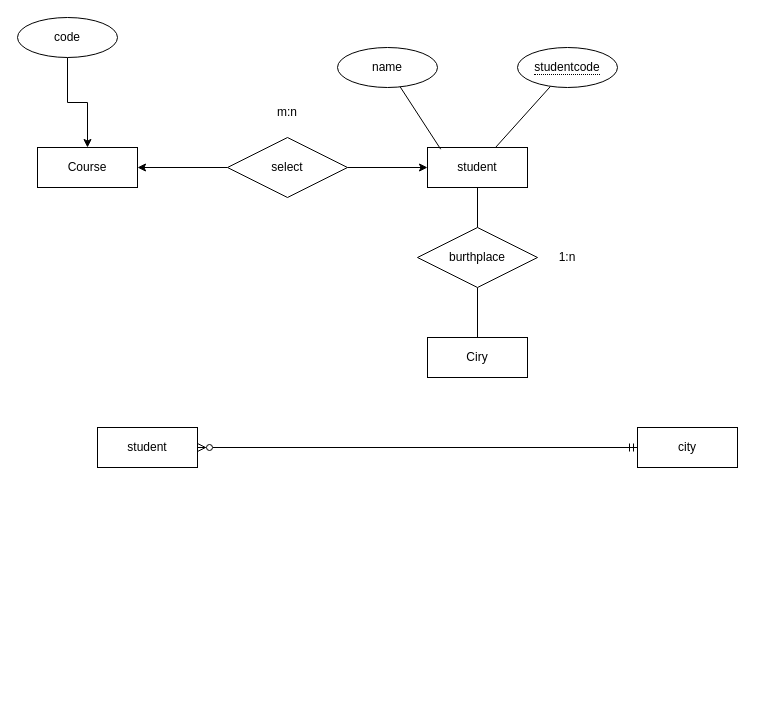
Earlier version of the draw.io diagram School_erd.drawio (shahradrz/School_Database). Source tidied: cells renumbered, new cells numbered last; positions are measured from the earlier drawing's top-left corner, leaving out a move shared by most shapes. Both pictures are drawn from the tidied source at 100%, with x=0, y=0 at pixel (17, 17).
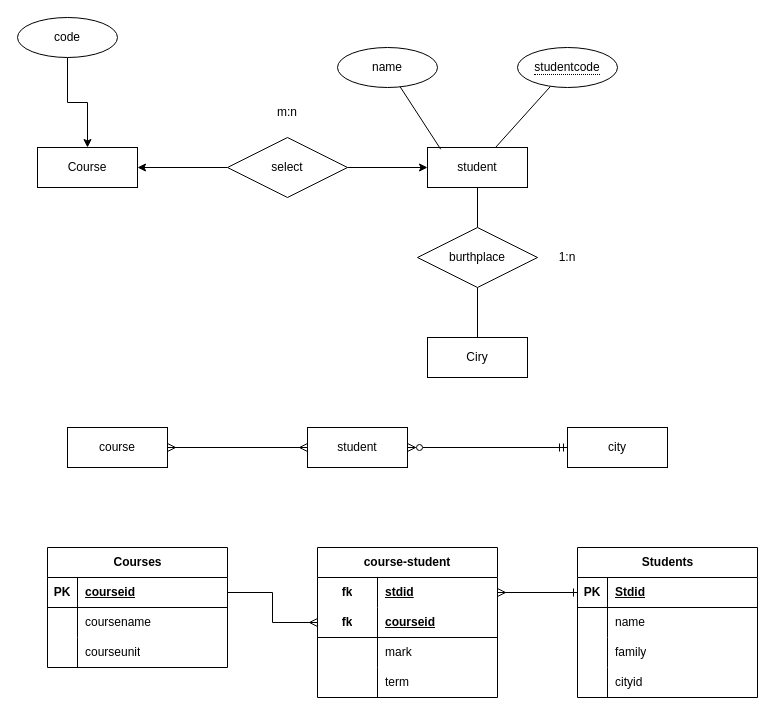
The same page after the edit.

Change to the diagram source:
```diff
@@
     <mxCell id="14" value="student" style="whiteSpace=wrap;html=1;align=center;" parent="1" vertex="1">
-      <mxGeometry x="80" y="410" width="100" height="40" as="geometry" />
+      <mxGeometry x="290" y="410" width="100" height="40" as="geometry" />
     </mxCell>
     <mxCell id="15" value="city" style="whiteSpace=wrap;html=1;align=center;" parent="1" vertex="1">
-      <mxGeometry x="620" y="410" width="100" height="40" as="geometry" />
+      <mxGeometry x="550" y="410" width="100" height="40" as="geometry" />
     </mxCell>
@@
+    <mxCell id="22" style="edgeStyle=orthogonalEdgeStyle;rounded=0;jettySize=auto;html=1;endArrow=ERmany;endFill=0;startArrow=ERmany;startFill=0;" parent="1" edge="1" source="23" target="14">
+      <mxGeometry relative="1" as="geometry" />
+    </mxCell>
+    <mxCell id="23" value="course" style="whiteSpace=wrap;html=1;align=center;" parent="1" vertex="1">
+      <mxGeometry x="50" y="410" width="100" height="40" as="geometry" />
+    </mxCell>
+    <mxCell id="24" value="Courses" style="shape=table;startSize=30;childLayout=tableLayout;rowLines=0;fontStyle=1;align=center;html=1;" parent="1" vertex="1">
+      <mxGeometry x="30" y="530" width="180" height="120" as="geometry" />
+    </mxCell>
+    <mxCell id="25" style="shape=tableRow;horizontal=0;startSize=0;swimlaneHead=0;swimlaneBody=0;fillColor=none;points=[[0,0.5],[1,0.5]];portConstraint=eastwest;top=0;left=0;right=0;bottom=1;" parent="24" vertex="1">
+      <mxGeometry y="30" width="180" height="30" as="geometry" />
+    </mxCell>
+    <mxCell id="26" value="PK" style="shape=partialRectangle;fillColor=none;top=0;left=0;bottom=0;right=0;fontStyle=1;overflow=hidden;whiteSpace=wrap;html=1;" parent="25" vertex="1">
+      <mxGeometry width="30" height="30" as="geometry" />
+    </mxCell>
+    <mxCell id="27" value="courseid" style="shape=partialRectangle;fillColor=none;top=0;left=0;bottom=0;right=0;align=left;spacingLeft=6;fontStyle=5;overflow=hidden;whiteSpace=wrap;html=1;" parent="25" vertex="1">
+      <mxGeometry x="30" width="150" height="30" as="geometry" />
+    </mxCell>
+    <mxCell id="28" style="shape=tableRow;horizontal=0;startSize=0;swimlaneHead=0;swimlaneBody=0;fillColor=none;top=0;left=0;right=0;bottom=0;" parent="24" vertex="1">
+      <mxGeometry y="60" width="180" height="30" as="geometry" />
+    </mxCell>
+    <mxCell id="29" style="shape=partialRectangle;fillColor=none;top=0;left=0;bottom=0;right=0;overflow=hidden;whiteSpace=wrap;html=1;" parent="28" vertex="1">
+      <mxGeometry width="30" height="30" as="geometry" />
+    </mxCell>
+    <mxCell id="30" value="coursename" style="shape=partialRectangle;fillColor=none;top=0;left=0;bottom=0;right=0;align=left;spacingLeft=6;overflow=hidden;whiteSpace=wrap;html=1;" parent="28" vertex="1">
+      <mxGeometry x="30" width="150" height="30" as="geometry" />
+    </mxCell>
+    <mxCell id="31" style="shape=tableRow;horizontal=0;startSize=0;swimlaneHead=0;swimlaneBody=0;fillColor=none;top=0;left=0;right=0;bottom=0;" parent="24" vertex="1">
+      <mxGeometry y="90" width="180" height="30" as="geometry" />
+    </mxCell>
+    <mxCell id="32" style="shape=partialRectangle;fillColor=none;top=0;left=0;bottom=0;right=0;overflow=hidden;whiteSpace=wrap;html=1;" parent="31" vertex="1">
+      <mxGeometry width="30" height="30" as="geometry" />
+    </mxCell>
+    <mxCell id="33" value="courseunit" style="shape=partialRectangle;fillColor=none;top=0;left=0;bottom=0;right=0;align=left;spacingLeft=6;overflow=hidden;whiteSpace=wrap;html=1;" parent="31" vertex="1">
+      <mxGeometry x="30" width="150" height="30" as="geometry" />
+    </mxCell>
+    <mxCell id="34" value="course-student" style="shape=table;startSize=30;childLayout=tableLayout;rowLines=0;fontStyle=1;align=center;html=1;whiteSpace=wrap;" parent="1" vertex="1">
+      <mxGeometry x="300" y="530" width="180" height="150" as="geometry" />
+    </mxCell>
+    <mxCell id="35" style="shape=tableRow;horizontal=0;startSize=0;swimlaneHead=0;swimlaneBody=0;fillColor=none;points=[[0,0.5],[1,0.5]];portConstraint=eastwest;top=0;left=0;right=0;bottom=0;html=1;" parent="34" vertex="1">
+      <mxGeometry y="30" width="180" height="30" as="geometry" />
+    </mxCell>
+    <mxCell id="36" value="fk" style="shape=partialRectangle;fillColor=none;top=0;left=0;bottom=0;right=0;fontStyle=1;overflow=hidden;html=1;whiteSpace=wrap;" parent="35" vertex="1">
+      <mxGeometry width="60" height="30" as="geometry" />
+    </mxCell>
+    <mxCell id="37" value="stdid" style="shape=partialRectangle;fillColor=none;top=0;left=0;bottom=0;right=0;align=left;spacingLeft=6;fontStyle=5;overflow=hidden;html=1;whiteSpace=wrap;" parent="35" vertex="1">
+      <mxGeometry x="60" width="120" height="30" as="geometry" />
+    </mxCell>
+    <mxCell id="38" style="shape=tableRow;horizontal=0;startSize=0;swimlaneHead=0;swimlaneBody=0;fillColor=none;points=[[0,0.5],[1,0.5]];portConstraint=eastwest;top=0;left=0;right=0;bottom=1;html=1;" parent="34" vertex="1">
+      <mxGeometry y="60" width="180" height="30" as="geometry" />
+    </mxCell>
+    <mxCell id="39" value="fk" style="shape=partialRectangle;fillColor=none;top=0;left=0;bottom=0;right=0;fontStyle=1;overflow=hidden;html=1;whiteSpace=wrap;" parent="38" vertex="1">
+      <mxGeometry width="60" height="30" as="geometry" />
+    </mxCell>
+    <mxCell id="40" value="courseid" style="shape=partialRectangle;fillColor=none;top=0;left=0;bottom=0;right=0;align=left;spacingLeft=6;fontStyle=5;overflow=hidden;html=1;whiteSpace=wrap;" parent="38" vertex="1">
+      <mxGeometry x="60" width="120" height="30" as="geometry" />
+    </mxCell>
+    <mxCell id="41" style="shape=tableRow;horizontal=0;startSize=0;swimlaneHead=0;swimlaneBody=0;fillColor=none;top=0;left=0;right=0;bottom=0;html=1;" parent="34" vertex="1">
+      <mxGeometry y="90" width="180" height="30" as="geometry" />
+    </mxCell>
+    <mxCell id="42" style="shape=partialRectangle;fillColor=none;top=0;left=0;bottom=0;right=0;overflow=hidden;html=1;whiteSpace=wrap;" parent="41" vertex="1">
+      <mxGeometry width="60" height="30" as="geometry" />
+    </mxCell>
+    <mxCell id="43" value="mark" style="shape=partialRectangle;fillColor=none;top=0;left=0;bottom=0;right=0;align=left;spacingLeft=6;overflow=hidden;html=1;whiteSpace=wrap;" parent="41" vertex="1">
+      <mxGeometry x="60" width="120" height="30" as="geometry" />
+    </mxCell>
+    <mxCell id="44" style="shape=tableRow;horizontal=0;startSize=0;swimlaneHead=0;swimlaneBody=0;fillColor=none;top=0;left=0;right=0;bottom=0;html=1;" parent="34" vertex="1">
+      <mxGeometry y="120" width="180" height="30" as="geometry" />
+    </mxCell>
+    <mxCell id="45" style="shape=partialRectangle;fillColor=none;top=0;left=0;bottom=0;right=0;overflow=hidden;html=1;whiteSpace=wrap;" parent="44" vertex="1">
+      <mxGeometry width="60" height="30" as="geometry" />
+    </mxCell>
+    <mxCell id="46" value="term" style="shape=partialRectangle;fillColor=none;top=0;left=0;bottom=0;right=0;align=left;spacingLeft=6;overflow=hidden;html=1;whiteSpace=wrap;" parent="44" vertex="1">
+      <mxGeometry x="60" width="120" height="30" as="geometry" />
+    </mxCell>
+    <mxCell id="47" value="Students" style="shape=table;startSize=30;childLayout=tableLayout;rowLines=0;fontStyle=1;align=center;html=1;" parent="1" vertex="1">
+      <mxGeometry x="560" y="530" width="180" height="150" as="geometry" />
+    </mxCell>
+    <mxCell id="48" style="shape=tableRow;horizontal=0;startSize=0;swimlaneHead=0;swimlaneBody=0;fillColor=none;points=[[0,0.5],[1,0.5]];portConstraint=eastwest;top=0;left=0;right=0;bottom=1;" parent="47" vertex="1">
+      <mxGeometry y="30" width="180" height="30" as="geometry" />
+    </mxCell>
+    <mxCell id="49" value="PK" style="shape=partialRectangle;fillColor=none;top=0;left=0;bottom=0;right=0;fontStyle=1;overflow=hidden;whiteSpace=wrap;html=1;" parent="48" vertex="1">
+      <mxGeometry width="30" height="30" as="geometry" />
+    </mxCell>
+    <mxCell id="50" value="Stdid" style="shape=partialRectangle;fillColor=none;top=0;left=0;bottom=0;right=0;align=left;spacingLeft=6;fontStyle=5;overflow=hidden;whiteSpace=wrap;html=1;" parent="48" vertex="1">
+      <mxGeometry x="30" width="150" height="30" as="geometry" />
+    </mxCell>
+    <mxCell id="51" style="shape=tableRow;horizontal=0;startSize=0;swimlaneHead=0;swimlaneBody=0;fillColor=none;top=0;left=0;right=0;bottom=0;" parent="47" vertex="1">
+      <mxGeometry y="60" width="180" height="30" as="geometry" />
+    </mxCell>
+    <mxCell id="52" style="shape=partialRectangle;fillColor=none;top=0;left=0;bottom=0;right=0;overflow=hidden;whiteSpace=wrap;html=1;" parent="51" vertex="1">
+      <mxGeometry width="30" height="30" as="geometry" />
+    </mxCell>
+    <mxCell id="53" value="name" style="shape=partialRectangle;fillColor=none;top=0;left=0;bottom=0;right=0;align=left;spacingLeft=6;overflow=hidden;whiteSpace=wrap;html=1;" parent="51" vertex="1">
+      <mxGeometry x="30" width="150" height="30" as="geometry" />
+    </mxCell>
+    <mxCell id="54" style="shape=tableRow;horizontal=0;startSize=0;swimlaneHead=0;swimlaneBody=0;fillColor=none;top=0;left=0;right=0;bottom=0;" parent="47" vertex="1">
+      <mxGeometry y="90" width="180" height="30" as="geometry" />
+    </mxCell>
+    <mxCell id="55" style="shape=partialRectangle;fillColor=none;top=0;left=0;bottom=0;right=0;overflow=hidden;whiteSpace=wrap;html=1;" parent="54" vertex="1">
+      <mxGeometry width="30" height="30" as="geometry" />
+    </mxCell>
+    <mxCell id="56" value="family" style="shape=partialRectangle;fillColor=none;top=0;left=0;bottom=0;right=0;align=left;spacingLeft=6;overflow=hidden;whiteSpace=wrap;html=1;" parent="54" vertex="1">
+      <mxGeometry x="30" width="150" height="30" as="geometry" />
+    </mxCell>
+    <mxCell id="57" style="shape=tableRow;horizontal=0;startSize=0;swimlaneHead=0;swimlaneBody=0;fillColor=none;top=0;left=0;right=0;bottom=0;" parent="47" vertex="1">
+      <mxGeometry y="120" width="180" height="30" as="geometry" />
+    </mxCell>
+    <mxCell id="58" style="shape=partialRectangle;fillColor=none;top=0;left=0;bottom=0;right=0;overflow=hidden;whiteSpace=wrap;html=1;" parent="57" vertex="1">
+      <mxGeometry width="30" height="30" as="geometry" />
+    </mxCell>
+    <mxCell id="59" value="cityid" style="shape=partialRectangle;fillColor=none;top=0;left=0;bottom=0;right=0;align=left;spacingLeft=6;overflow=hidden;whiteSpace=wrap;html=1;" parent="57" vertex="1">
+      <mxGeometry x="30" width="150" height="30" as="geometry" />
+    </mxCell>
+    <mxCell id="60" style="edgeStyle=orthogonalEdgeStyle;rounded=0;jettySize=auto;html=1;endArrow=ERone;endFill=0;startArrow=ERmany;startFill=0;" parent="1" edge="1" source="35" target="48">
+      <mxGeometry relative="1" as="geometry" />
+    </mxCell>
+    <mxCell id="61" style="edgeStyle=orthogonalEdgeStyle;rounded=0;jettySize=auto;html=1;endArrow=baseDash;endFill=0;startArrow=ERmany;startFill=0;" parent="1" edge="1" source="38" target="25">
+      <mxGeometry relative="1" as="geometry" />
+    </mxCell>
```
